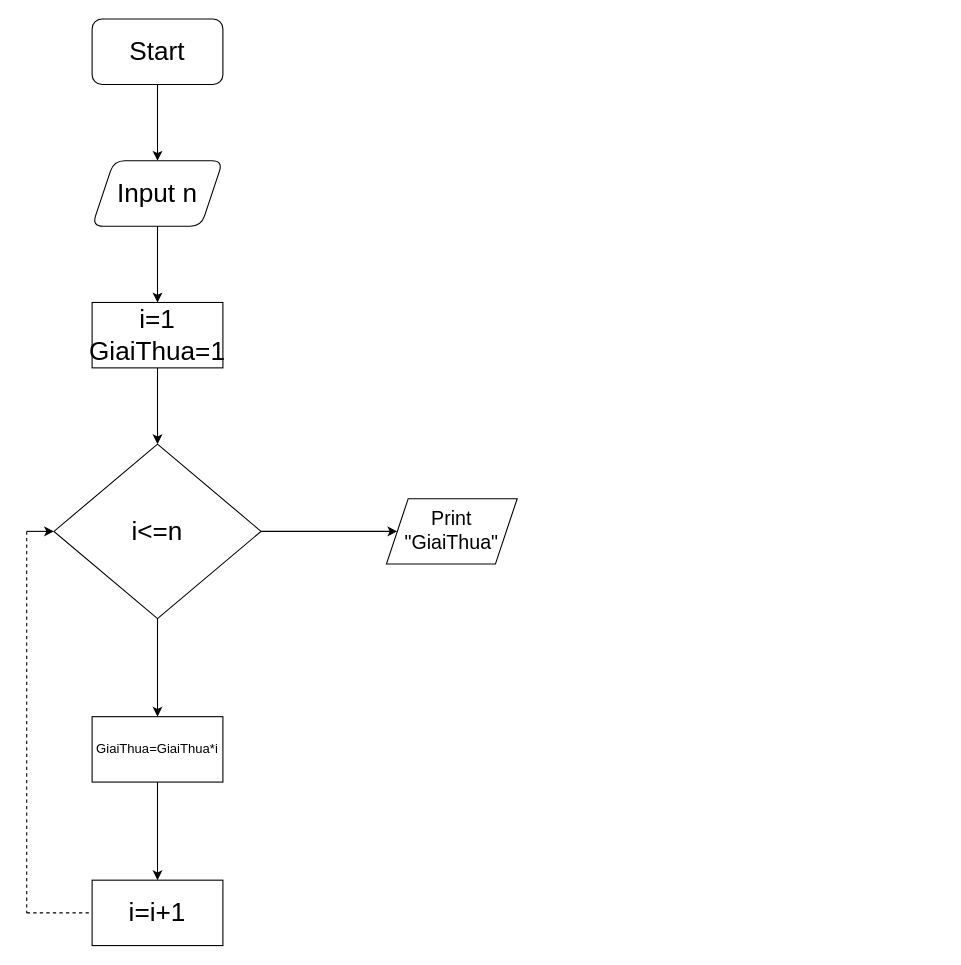
Before: page "Page-1" (1 of 3) of Flowchart/Untitled Diagram.drawio in Lychanhao05/Lychanhao05, a draw.io diagram. Source tidied: cells renumbered, new cells numbered last; positions are measured from the earlier drawing's top-left corner, leaving out a move shared by most shapes. Both pictures are drawn from the tidied source at 109%, with x=0, y=0 at pixel (26, 19).
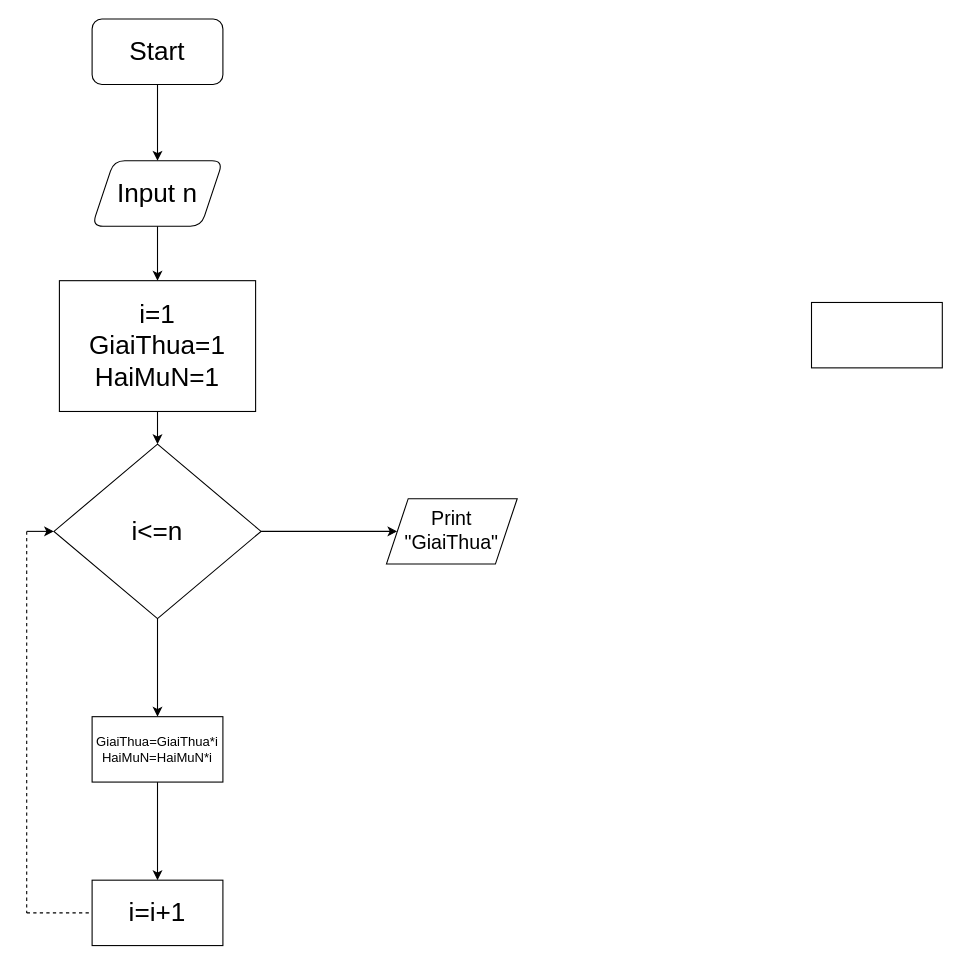
Above is the later version.

What changed in the source:
```diff
@@
-    <mxCell id="7" value="&lt;font style=&quot;font-size: 24px;&quot;&gt;i=1&lt;br&gt;GiaiThua=1&lt;/font&gt;" style="rounded=0;whiteSpace=wrap;html=1;" parent="1" vertex="1">
-      <mxGeometry x="60" y="260" width="120" height="60" as="geometry" />
+    <mxCell id="7" value="&lt;font style=&quot;font-size: 24px;&quot;&gt;i=1&lt;br&gt;GiaiThua=1&lt;br&gt;HaiMuN=1&lt;br&gt;&lt;/font&gt;" style="rounded=0;whiteSpace=wrap;html=1;" parent="1" vertex="1">
+      <mxGeometry x="30" y="240" width="180" height="120" as="geometry" />
     </mxCell>
@@
-    <mxCell id="13" value="&lt;font style=&quot;font-size: 12px;&quot;&gt;GiaiThua=GiaiThua*i&lt;/font&gt;" style="rounded=0;whiteSpace=wrap;html=1;" parent="1" vertex="1">
+    <mxCell id="13" value="&lt;font style=&quot;font-size: 12px;&quot;&gt;GiaiThua=GiaiThua*i&lt;br&gt;HaiMuN=HaiMuN*i&lt;br&gt;&lt;/font&gt;" style="rounded=0;whiteSpace=wrap;html=1;" parent="1" vertex="1">
       <mxGeometry x="60" y="640" width="120" height="60" as="geometry" />
     </mxCell>
@@
+    <mxCell id="18" style="rounded=0;whiteSpace=wrap;html=1;" parent="1" vertex="1">
+      <mxGeometry x="720" y="260" width="120" height="60" as="geometry" />
+    </mxCell>
```
